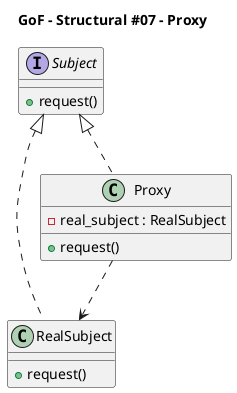
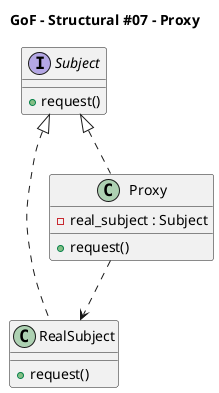
@startuml gof_proxy

'Copyright 2026 Takayoshi Matsuyama
'
'Licensed under the Apache License, Version 2.0 (the "License");
'you may not use this file except in compliance with the License.
'You may obtain a copy of the License at
'
'    http://www.apache.org/licenses/LICENSE-2.0
'
'Unless required by applicable law or agreed to in writing, software
'distributed under the License is distributed on an "AS IS" BASIS,
'WITHOUT WARRANTIES OR CONDITIONS OF ANY KIND, either express or implied.
'See the License for the specific language governing permissions and
'limitations under the License.

title GoF - Structural #07 - Proxy

interface Subject {
    +request()
}

class RealSubject {
    +request()
}

class Proxy {
-     -real_subject : RealSubject
+     -real_subject : Subject
    +request()
}

Subject <|.. RealSubject
Subject <|.. Proxy

Proxy ..> RealSubject

@enduml
